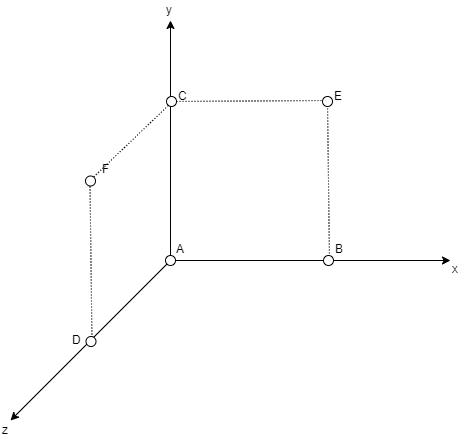
Earlier version of the draw.io export V2_Sketch.png (cyberme0w/VRMLProjekt). Source tidied: cells renumbered, new cells last; positions are measured from the earlier drawing's top-left corner, leaving out a move shared by most shapes.
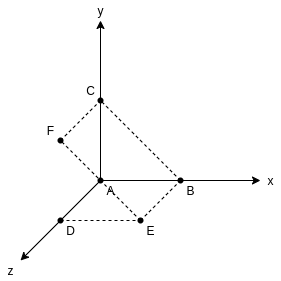
Above is the later version.

Commit message:
Forgot to add the .png for the sketch

The edit, as a diff of the source:
```diff
@@ -2,91 +2,83 @@
   <root>
     <mxCell id="0" />
     <mxCell id="1" parent="0" />
-    <mxCell id="2" style="endArrow=classic;html=1;endFill=1;" parent="1" edge="1">
-      <mxGeometry relative="1" as="geometry">
-        <mxPoint x="170" y="260" as="sourcePoint" />
-        <mxPoint x="450" y="260" as="targetPoint" />
-      </mxGeometry>
-    </mxCell>
-    <mxCell id="3" style="endArrow=classic;html=1;endFill=1;" parent="1" edge="1">
-      <mxGeometry relative="1" as="geometry">
-        <mxPoint x="170" y="260" as="sourcePoint" />
-        <mxPoint x="170" y="20" as="targetPoint" />
-      </mxGeometry>
-    </mxCell>
-    <mxCell id="4" style="endArrow=classic;html=1;endFill=1;" parent="1" edge="1">
-      <mxGeometry relative="1" as="geometry">
-        <mxPoint x="170" y="260" as="sourcePoint" />
-        <mxPoint x="10" y="420" as="targetPoint" />
-      </mxGeometry>
-    </mxCell>
-    <mxCell id="5" value="A" style="text;html=1;align=left;verticalAlign=top;spacingTop=-4;" parent="1" vertex="1">
-      <mxGeometry x="174" y="239" width="20" height="20" as="geometry" />
-    </mxCell>
+    <mxCell id="24" style="endArrow=classic;html=1;endFill=1;" parent="1" edge="1">
+      <mxGeometry relative="1" as="geometry">
+        <mxPoint x="130" y="220" as="sourcePoint" />
+        <mxPoint x="290" y="220" as="targetPoint" />
+      </mxGeometry>
+    </mxCell>
+    <mxCell id="25" style="endArrow=classic;html=1;endFill=1;" parent="1" edge="1">
+      <mxGeometry relative="1" as="geometry">
+        <mxPoint x="130" y="220" as="sourcePoint" />
+        <mxPoint x="130" y="60" as="targetPoint" />
+      </mxGeometry>
+    </mxCell>
+    <mxCell id="26" style="endArrow=classic;html=1;endFill=1;" parent="1" edge="1">
+      <mxGeometry relative="1" as="geometry">
+        <mxPoint x="130" y="220" as="sourcePoint" />
+        <mxPoint x="50" y="300" as="targetPoint" />
+      </mxGeometry>
+    </mxCell>
+    <mxCell id="8" value="y" style="text;html=1;align=center;verticalAlign=middle;strokeColor=none;" parent="1" vertex="1">
+      <mxGeometry x="120" y="40" width="20" height="20" as="geometry" />
+    </mxCell>
-    <mxCell id="6" value="x" style="text;html=1;align=left;verticalAlign=top;spacingTop=-4;" parent="1" vertex="1">
-      <mxGeometry x="450" y="259" width="20" height="20" as="geometry" />
+    <mxCell id="6" value="x" style="text;html=1;align=center;verticalAlign=middle;strokeColor=none;" parent="1" vertex="1">
+      <mxGeometry x="290" y="210" width="20" height="20" as="geometry" />
     </mxCell>
-    <mxCell id="7" value="z" style="text;html=1;align=left;verticalAlign=top;spacingTop=-4;" parent="1" vertex="1">
-      <mxGeometry y="420" width="20" height="20" as="geometry" />
+    <mxCell id="7" value="z" style="text;html=1;align=center;verticalAlign=middle;strokeColor=none;" parent="1" vertex="1">
+      <mxGeometry x="30" y="300" width="20" height="20" as="geometry" />
     </mxCell>
-    <mxCell id="8" value="y" style="text;html=1;align=left;verticalAlign=top;spacingTop=-4;" parent="1" vertex="1">
-      <mxGeometry x="164" width="20" height="20" as="geometry" />
-    </mxCell>
+    <mxCell id="27" style="shape=waypoint;sketch=0;size=6;fillColor=none;perimeter=centerPerimeter;" parent="1" vertex="1">
+      <mxGeometry x="110" y="200" width="40" height="40" as="geometry" />
+    </mxCell>
+    <mxCell id="5" value="A" style="text;html=1;align=center;verticalAlign=middle;strokeColor=none;" parent="1" vertex="1">
+      <mxGeometry x="130" y="220" width="20" height="20" as="geometry" />
+    </mxCell>
+    <mxCell id="28" style="shape=waypoint;sketch=0;size=6;points=[];fillColor=none;perimeter=centerPerimeter;snapToPoint=1;" parent="1" vertex="1">
+      <mxGeometry x="190" y="200" width="40" height="40" as="geometry" />
+    </mxCell>
+    <mxCell id="29" style="shape=waypoint;sketch=0;size=6;points=[];fillColor=none;perimeter=centerPerimeter;snapToPoint=1;" parent="1" vertex="1">
+      <mxGeometry x="110" y="120" width="40" height="40" as="geometry" />
+    </mxCell>
+    <mxCell id="30" style="shape=waypoint;sketch=0;size=6;points=[];fillColor=none;perimeter=centerPerimeter;snapToPoint=1;" parent="1" vertex="1">
+      <mxGeometry x="70" y="240" width="40" height="40" as="geometry" />
+    </mxCell>
+    <mxCell id="31" style="shape=waypoint;sketch=0;size=6;points=[];fillColor=none;perimeter=centerPerimeter;snapToPoint=1;" parent="1" vertex="1">
+      <mxGeometry x="150" y="240" width="40" height="40" as="geometry" />
+    </mxCell>
-    <mxCell id="9" value="B" style="text;html=1;align=left;verticalAlign=top;spacingTop=-4;" parent="1" vertex="1">
-      <mxGeometry x="333" y="239" width="20" height="20" as="geometry" />
+    <mxCell id="9" value="B" style="text;html=1;align=center;verticalAlign=middle;strokeColor=none;" parent="1" vertex="1">
+      <mxGeometry x="210" y="220" width="20" height="20" as="geometry" />
     </mxCell>
-    <mxCell id="10" style="ellipse;whiteSpace=wrap;html=1;" parent="1" vertex="1">
-      <mxGeometry x="165" y="255" width="10" height="10" as="geometry" />
-    </mxCell>
-    <mxCell id="11" value="C" style="text;html=1;align=left;verticalAlign=top;spacingTop=-4;" parent="1" vertex="1">
-      <mxGeometry x="176" y="86" width="20" height="20" as="geometry" />
+    <mxCell id="11" value="C" style="text;html=1;align=center;verticalAlign=middle;strokeColor=none;" parent="1" vertex="1">
+      <mxGeometry x="110" y="120" width="20" height="20" as="geometry" />
     </mxCell>
-    <mxCell id="12" value="D" style="text;html=1;align=left;verticalAlign=top;spacingTop=-4;" parent="1" vertex="1">
-      <mxGeometry x="70" y="330" width="20" height="20" as="geometry" />
+    <mxCell id="12" value="D" style="text;html=1;align=center;verticalAlign=middle;strokeColor=none;" parent="1" vertex="1">
+      <mxGeometry x="90" y="260" width="20" height="20" as="geometry" />
     </mxCell>
-    <mxCell id="13" style="endArrow=none;html=1;entryX=0.5;entryY=0.4;entryDx=0;entryDy=0;entryPerimeter=0;dashed=1;dashPattern=1 2;" parent="1" edge="1" target="22">
-      <mxGeometry relative="1" as="geometry">
-        <mxPoint x="170" y="101" as="sourcePoint" />
-      </mxGeometry>
-    </mxCell>
-    <mxCell id="14" style="endArrow=none;html=1;entryX=0.8;entryY=0.6;entryDx=0;entryDy=0;entryPerimeter=0;dashed=1;dashPattern=1 2;" parent="1" edge="1">
-      <mxGeometry relative="1" as="geometry">
-        <mxPoint x="327" y="102" as="sourcePoint" />
-        <mxPoint x="329" y="261" as="targetPoint" />
-      </mxGeometry>
-    </mxCell>
-    <mxCell id="15" value="E" style="text;html=1;align=left;verticalAlign=top;spacingTop=-4;" parent="1" vertex="1">
-      <mxGeometry x="332" y="86" width="20" height="20" as="geometry" />
+    <mxCell id="15" value="E" style="text;html=1;align=center;verticalAlign=middle;strokeColor=none;" parent="1" vertex="1">
+      <mxGeometry x="170" y="260" width="20" height="20" as="geometry" />
     </mxCell>
+    <mxCell id="32" style="shape=waypoint;sketch=0;size=6;points=[];fillColor=none;perimeter=centerPerimeter;snapToPoint=1;" parent="1" vertex="1">
+      <mxGeometry x="70" y="160" width="40" height="40" as="geometry" />
+    </mxCell>
-    <mxCell id="16" value="F" style="text;html=1;align=left;verticalAlign=top;spacingTop=-4;" parent="1" vertex="1">
-      <mxGeometry x="100" y="159" width="20" height="20" as="geometry" />
+    <mxCell id="16" value="F" style="text;html=1;align=center;verticalAlign=middle;strokeColor=none;" parent="1" vertex="1">
+      <mxGeometry x="70" y="160" width="20" height="20" as="geometry" />
     </mxCell>
-    <mxCell id="17" style="endArrow=none;html=1;entryX=0.8;entryY=0.6;entryDx=0;entryDy=0;entryPerimeter=0;dashed=1;dashPattern=1 2;" parent="1" edge="1">
-      <mxGeometry relative="1" as="geometry">
-        <mxPoint x="89.5" y="183" as="sourcePoint" />
-        <mxPoint x="91.5" y="342" as="targetPoint" />
-      </mxGeometry>
-    </mxCell>
-    <mxCell id="18" style="endArrow=none;html=1;dashed=1;dashPattern=1 2;" parent="1" edge="1">
-      <mxGeometry relative="1" as="geometry">
-        <mxPoint x="89" y="180.5" as="sourcePoint" />
-        <mxPoint x="171" y="102" as="targetPoint" />
-      </mxGeometry>
-    </mxCell>
-    <mxCell id="19" style="ellipse;whiteSpace=wrap;html=1;" parent="1" vertex="1">
-      <mxGeometry x="323" y="255" width="10" height="10" as="geometry" />
-    </mxCell>
-    <mxCell id="20" style="ellipse;whiteSpace=wrap;html=1;" parent="1" vertex="1">
-      <mxGeometry x="166" y="96" width="10" height="10" as="geometry" />
-    </mxCell>
-    <mxCell id="21" style="ellipse;whiteSpace=wrap;html=1;" parent="1" vertex="1">
-      <mxGeometry x="85.5" y="336" width="10" height="10" as="geometry" />
-    </mxCell>
-    <mxCell id="22" style="ellipse;whiteSpace=wrap;html=1;" parent="1" vertex="1">
-      <mxGeometry x="322" y="96" width="10" height="10" as="geometry" />
-    </mxCell>
-    <mxCell id="23" style="ellipse;whiteSpace=wrap;html=1;" parent="1" vertex="1">
-      <mxGeometry x="85" y="175.5" width="10" height="10" as="geometry" />
-    </mxCell>
+    <mxCell id="33" style="endArrow=none;dashed=1;html=1;" parent="1" edge="1" source="32" target="29">
+      <mxGeometry relative="1" as="geometry" />
+    </mxCell>
+    <mxCell id="34" style="endArrow=none;dashed=1;html=1;" parent="1" edge="1" source="28" target="29">
+      <mxGeometry relative="1" as="geometry" />
+    </mxCell>
+    <mxCell id="35" style="endArrow=none;dashed=1;html=1;" parent="1" edge="1" source="31" target="28">
+      <mxGeometry relative="1" as="geometry" />
+    </mxCell>
+    <mxCell id="36" style="endArrow=none;dashed=1;html=1;" parent="1" edge="1" source="31" target="32">
+      <mxGeometry relative="1" as="geometry" />
+    </mxCell>
+    <mxCell id="37" style="endArrow=none;dashed=1;html=1;" parent="1" edge="1" source="30" target="31">
+      <mxGeometry relative="1" as="geometry" />
+    </mxCell>
   </root>
 </mxGraphModel>
```
